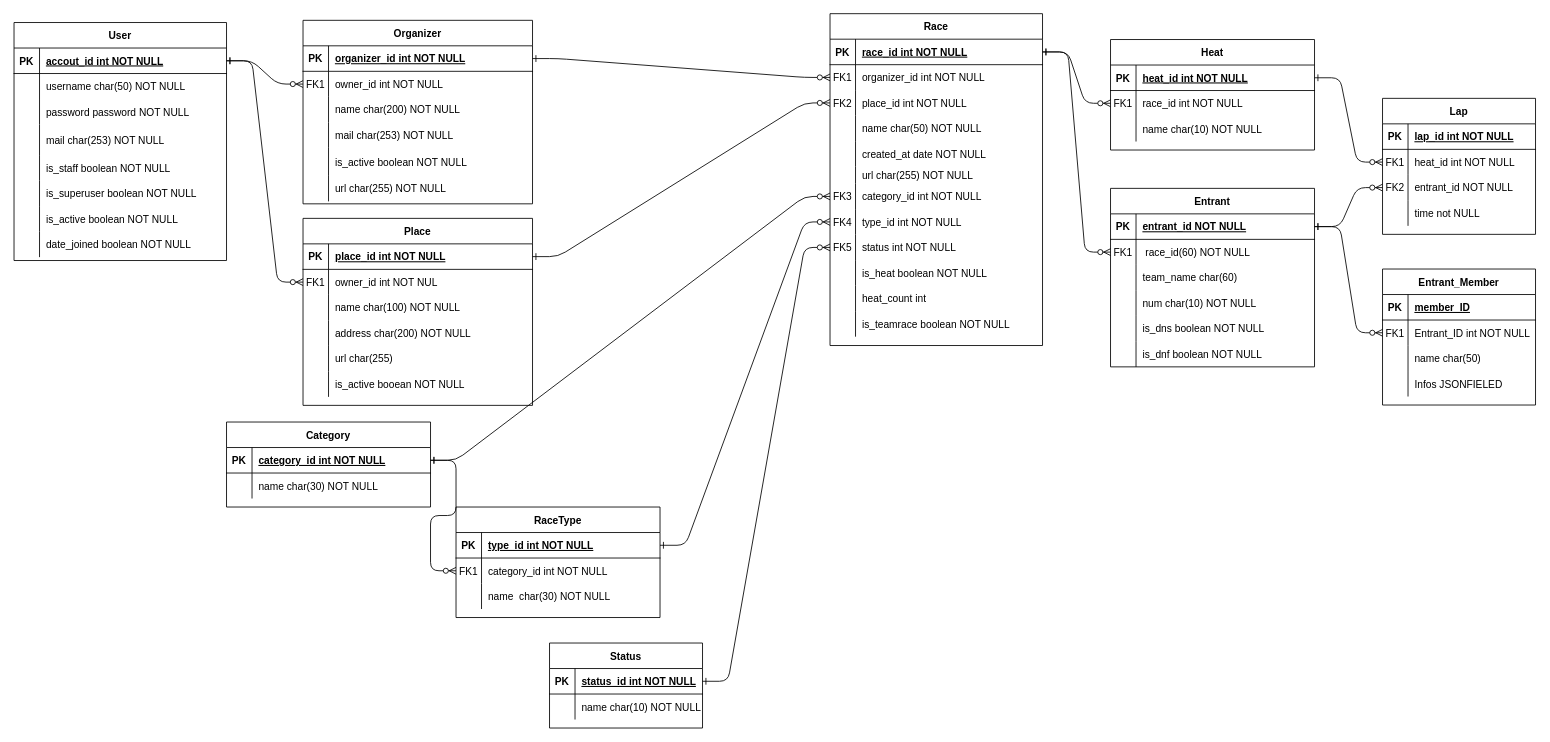
Above: ER-RelationMap.drawio in TSKGunGun/RaceNow (draw.io), before the change. Source tidied: cells renumbered, new cells numbered last; positions are measured from the earlier drawing's top-left corner, leaving out a move shared by most shapes. Both pictures are drawn from the tidied source at 85%, with x=0, y=0 at pixel (14, 14).
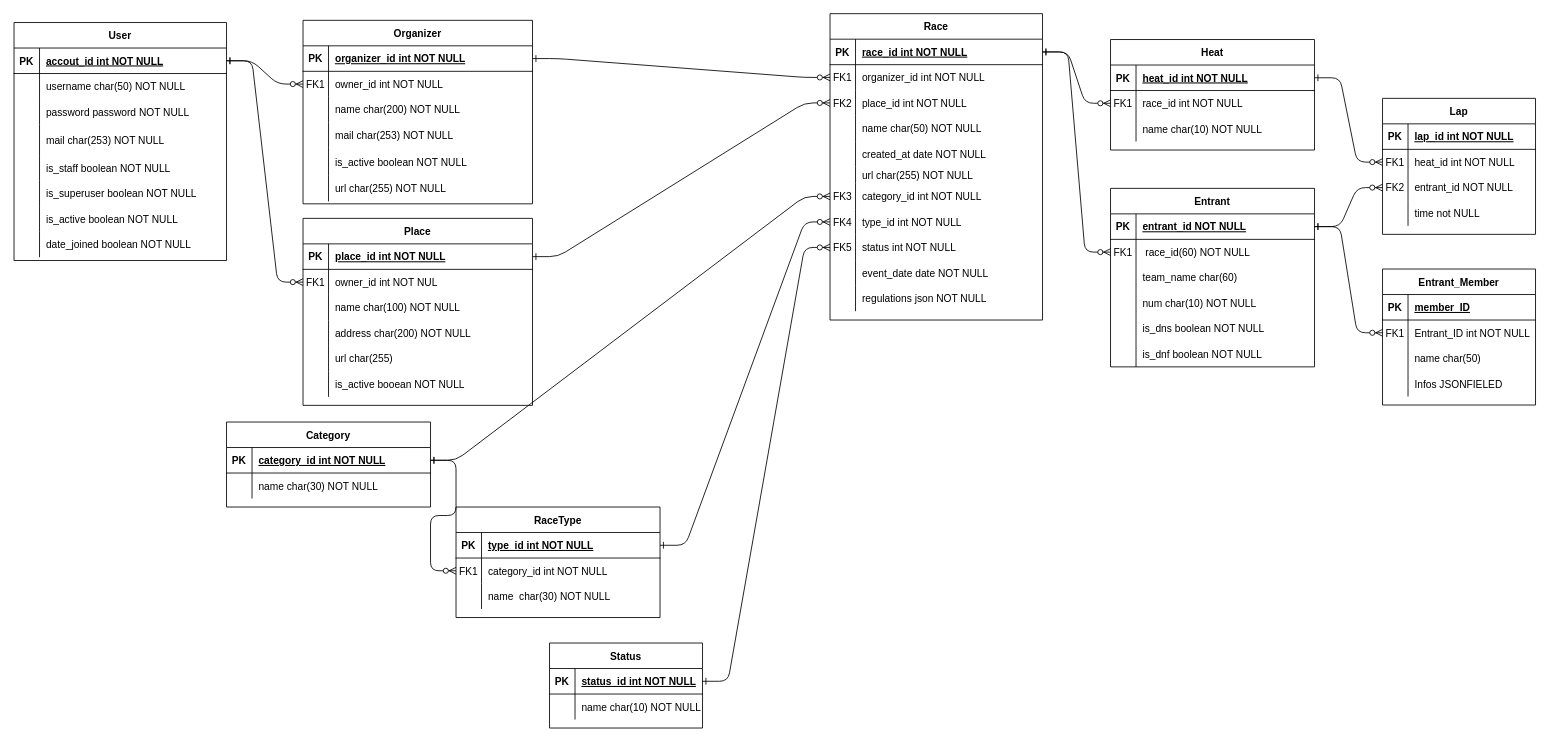
The same page after the edit.

The change refers to these unchanged cells:
```xml
<mxCell id="32" style="shape=partialRectangle;fillColor=none;top=0;left=0;right=0;bottom=0;" parent="4" vertex="1">
  <mxGeometry y="290" width="250" height="30" as="geometry" />
</mxCell>
<mxCell id="35" style="shape=partialRectangle;fillColor=none;top=0;left=0;right=0;bottom=0;" parent="4" vertex="1">
  <mxGeometry y="320" width="250" height="30" as="geometry" />
</mxCell>
```

The edit, as a diff of the source:
```diff
@@
     <mxCell id="4" value="Race" style="shape=table;startSize=30;childLayout=tableLayout;rowLines=0;fontStyle=1;align=center;" parent="1" vertex="1">
-      <mxGeometry x="960" y="-0.4" width="250" height="390.4" as="geometry" />
+      <mxGeometry x="960" y="-0.4" width="250" height="360.4" as="geometry" />
     </mxCell>
@@
-    <mxCell id="34" value="is_heat boolean NOT NULL" style="shape=partialRectangle;overflow=hidden;fillColor=none;top=0;left=0;bottom=0;right=0;align=left;spacingLeft=6;" parent="32" vertex="1">
+    <mxCell id="34" value="event_date date NOT NULL" style="shape=partialRectangle;overflow=hidden;fillColor=none;top=0;left=0;bottom=0;right=0;align=left;spacingLeft=6;" parent="32" vertex="1">
       <mxGeometry x="30" width="220" height="30" as="geometry" />
     </mxCell>
@@
-    <mxCell id="37" value="heat_count int" style="shape=partialRectangle;overflow=hidden;fillColor=none;top=0;left=0;bottom=0;right=0;align=left;spacingLeft=6;" parent="35" vertex="1">
+    <mxCell id="37" value="regulations json NOT NULL" style="shape=partialRectangle;overflow=hidden;fillColor=none;top=0;left=0;bottom=0;right=0;align=left;spacingLeft=6;" parent="35" vertex="1">
       <mxGeometry x="30" width="220" height="30" as="geometry" />
     </mxCell>
-    <mxCell id="38" style="shape=partialRectangle;fillColor=none;top=0;left=0;right=0;bottom=0;" parent="4" vertex="1">
-      <mxGeometry y="350" width="250" height="30" as="geometry" />
-    </mxCell>
-    <mxCell id="39" style="shape=partialRectangle;overflow=hidden;fillColor=none;top=0;left=0;bottom=0;right=0;" parent="38" vertex="1">
-      <mxGeometry width="30" height="30" as="geometry" />
-    </mxCell>
-    <mxCell id="40" value="is_teamrace boolean NOT NULL" style="shape=partialRectangle;overflow=hidden;fillColor=none;top=0;left=0;bottom=0;right=0;align=left;spacingLeft=6;" parent="38" vertex="1">
-      <mxGeometry x="30" width="220" height="30" as="geometry" />
-    </mxCell>
```
